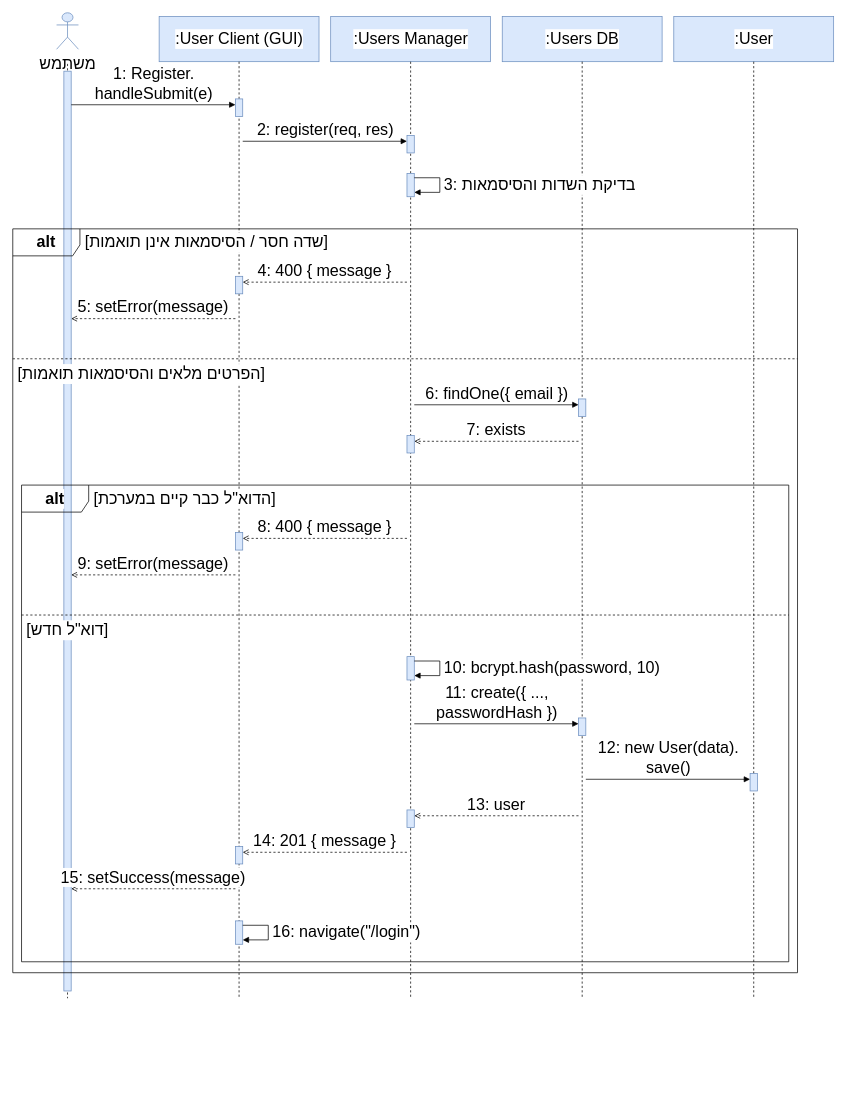
Before: diagrams/OBJ-UserRegister.drawio in arielkaplan20/project_Golden_Hair_Salon, a draw.io diagram. Source tidied: cells renumbered, new cells numbered last; positions are measured from the earlier drawing's top-left corner, leaving out a move shared by most shapes. Both pictures are drawn from the tidied source at 73%, with x=0, y=0 at pixel (12, 12).
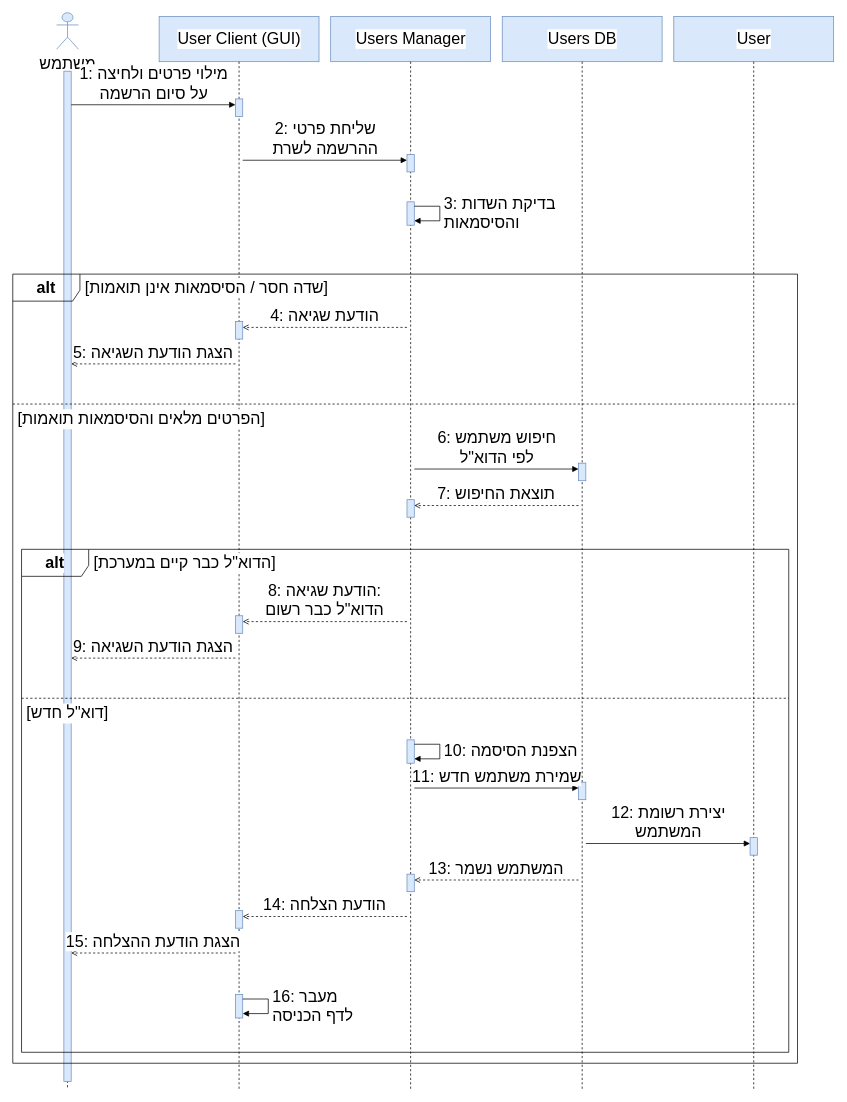
The same page after the edit.

Change to the diagram source:
```diff
@@
-    <mxCell id="3" value=":User Client (GUI)" style="rounded=0;whiteSpace=wrap;html=1;fillColor=#dae8fc;strokeColor=#6c8ebf;fontSize=22;labelBackgroundColor=#ffffff;" parent="1" vertex="1">
+    <mxCell id="3" value="User Client (GUI)" style="rounded=0;whiteSpace=wrap;html=1;fillColor=#dae8fc;strokeColor=#6c8ebf;fontSize=22;labelBackgroundColor=#ffffff;" parent="1" vertex="1">
       <mxGeometry x="200.5" y="5" width="219" height="62" as="geometry" />
     </mxCell>
-    <mxCell id="4" value=":Users Manager" style="rounded=0;whiteSpace=wrap;html=1;fillColor=#dae8fc;strokeColor=#6c8ebf;fontSize=22;labelBackgroundColor=#ffffff;" parent="1" vertex="1">
+    <mxCell id="4" value="Users Manager" style="rounded=0;whiteSpace=wrap;html=1;fillColor=#dae8fc;strokeColor=#6c8ebf;fontSize=22;labelBackgroundColor=#ffffff;" parent="1" vertex="1">
       <mxGeometry x="435.5" y="5" width="219" height="62" as="geometry" />
     </mxCell>
-    <mxCell id="5" value=":Users DB" style="rounded=0;whiteSpace=wrap;html=1;fillColor=#dae8fc;strokeColor=#6c8ebf;fontSize=22;labelBackgroundColor=#ffffff;" parent="1" vertex="1">
+    <mxCell id="5" value="Users DB" style="rounded=0;whiteSpace=wrap;html=1;fillColor=#dae8fc;strokeColor=#6c8ebf;fontSize=22;labelBackgroundColor=#ffffff;" parent="1" vertex="1">
       <mxGeometry x="670.5" y="5" width="219" height="62" as="geometry" />
     </mxCell>
-    <mxCell id="6" value=":User" style="rounded=0;whiteSpace=wrap;html=1;fillColor=#dae8fc;strokeColor=#6c8ebf;fontSize=22;labelBackgroundColor=#ffffff;" parent="1" vertex="1">
+    <mxCell id="6" value="User" style="rounded=0;whiteSpace=wrap;html=1;fillColor=#dae8fc;strokeColor=#6c8ebf;fontSize=22;labelBackgroundColor=#ffffff;" parent="1" vertex="1">
       <mxGeometry x="905.5" y="5" width="219" height="62" as="geometry" />
     </mxCell>
     <mxCell id="7" style="endArrow=none;html=1;dashed=1;strokeColor=#000000;" parent="1" edge="1">
       <mxGeometry relative="1" as="geometry">
-        <mxPoint x="75" y="70" as="sourcePoint" />
-        <mxPoint x="75" y="1350" as="targetPoint" />
+        <mxPoint x="75" y="83" as="sourcePoint" />
+        <mxPoint x="75" y="1474" as="targetPoint" />
       </mxGeometry>
     </mxCell>
     <mxCell id="8" style="rounded=0;html=1;fillColor=#dae8fc;strokeColor=#6c8ebf;" parent="1" vertex="1">
-      <mxGeometry x="70" y="80" width="10" height="1260" as="geometry" />
+      <mxGeometry x="70" y="80" width="10" height="1384" as="geometry" />
     </mxCell>
     <mxCell id="9" style="endArrow=none;html=1;dashed=1;strokeColor=#000000;" parent="1" edge="1">
       <mxGeometry relative="1" as="geometry">
         <mxPoint x="310" y="67" as="sourcePoint" />
-        <mxPoint x="310" y="1350" as="targetPoint" />
+        <mxPoint x="310" y="1474" as="targetPoint" />
       </mxGeometry>
     </mxCell>
     <mxCell id="10" style="endArrow=none;html=1;dashed=1;strokeColor=#000000;" parent="1" edge="1">
       <mxGeometry relative="1" as="geometry">
         <mxPoint x="545" y="67" as="sourcePoint" />
-        <mxPoint x="545" y="1350" as="targetPoint" />
+        <mxPoint x="545" y="1474" as="targetPoint" />
       </mxGeometry>
     </mxCell>
     <mxCell id="11" style="endArrow=none;html=1;dashed=1;strokeColor=#000000;" parent="1" edge="1">
       <mxGeometry relative="1" as="geometry">
         <mxPoint x="780" y="67" as="sourcePoint" />
-        <mxPoint x="780" y="1350" as="targetPoint" />
+        <mxPoint x="780" y="1474" as="targetPoint" />
       </mxGeometry>
     </mxCell>
     <mxCell id="12" style="endArrow=none;html=1;dashed=1;strokeColor=#000000;" parent="1" edge="1">
       <mxGeometry relative="1" as="geometry">
         <mxPoint x="1015" y="67" as="sourcePoint" />
-        <mxPoint x="1015" y="1350" as="targetPoint" />
+        <mxPoint x="1015" y="1474" as="targetPoint" />
       </mxGeometry>
     </mxCell>
@@
     <mxCell id="14" style="rounded=0;html=1;fillColor=#dae8fc;strokeColor=#6c8ebf;" parent="1" vertex="1">
-      <mxGeometry x="540" y="168" width="10" height="24" as="geometry" />
+      <mxGeometry x="540" y="194" width="10" height="24" as="geometry" />
     </mxCell>
     <mxCell id="15" style="rounded=0;html=1;fillColor=#dae8fc;strokeColor=#6c8ebf;" parent="1" vertex="1">
-      <mxGeometry x="540" y="220" width="10" height="32" as="geometry" />
+      <mxGeometry x="540" y="259" width="10" height="32" as="geometry" />
     </mxCell>
     <mxCell id="16" style="rounded=0;html=1;fillColor=#dae8fc;strokeColor=#6c8ebf;" parent="1" vertex="1">
-      <mxGeometry x="305" y="361" width="10" height="24" as="geometry" />
+      <mxGeometry x="305" y="423" width="10" height="24" as="geometry" />
     </mxCell>
     <mxCell id="17" style="rounded=0;html=1;fillColor=#dae8fc;strokeColor=#6c8ebf;" parent="1" vertex="1">
-      <mxGeometry x="775" y="529" width="10" height="24" as="geometry" />
+      <mxGeometry x="775" y="617" width="10" height="24" as="geometry" />
     </mxCell>
     <mxCell id="18" style="rounded=0;html=1;fillColor=#dae8fc;strokeColor=#6c8ebf;" parent="1" vertex="1">
-      <mxGeometry x="540" y="579" width="10" height="24" as="geometry" />
+      <mxGeometry x="540" y="667" width="10" height="24" as="geometry" />
     </mxCell>
     <mxCell id="19" style="rounded=0;html=1;fillColor=#dae8fc;strokeColor=#6c8ebf;" parent="1" vertex="1">
-      <mxGeometry x="305" y="712" width="10" height="24" as="geometry" />
+      <mxGeometry x="305" y="826" width="10" height="24" as="geometry" />
     </mxCell>
     <mxCell id="20" style="rounded=0;html=1;fillColor=#dae8fc;strokeColor=#6c8ebf;" parent="1" vertex="1">
-      <mxGeometry x="540" y="882" width="10" height="32" as="geometry" />
+      <mxGeometry x="540" y="996" width="10" height="32" as="geometry" />
     </mxCell>
     <mxCell id="21" style="rounded=0;html=1;fillColor=#dae8fc;strokeColor=#6c8ebf;" parent="1" vertex="1">
-      <mxGeometry x="775" y="966" width="10" height="24" as="geometry" />
+      <mxGeometry x="775" y="1054" width="10" height="24" as="geometry" />
     </mxCell>
     <mxCell id="22" style="rounded=0;html=1;fillColor=#dae8fc;strokeColor=#6c8ebf;" parent="1" vertex="1">
-      <mxGeometry x="1010" y="1042" width="10" height="24" as="geometry" />
+      <mxGeometry x="1010" y="1130" width="10" height="24" as="geometry" />
     </mxCell>
     <mxCell id="23" style="rounded=0;html=1;fillColor=#dae8fc;strokeColor=#6c8ebf;" parent="1" vertex="1">
-      <mxGeometry x="540" y="1092" width="10" height="24" as="geometry" />
+      <mxGeometry x="540" y="1180" width="10" height="24" as="geometry" />
     </mxCell>
     <mxCell id="24" style="rounded=0;html=1;fillColor=#dae8fc;strokeColor=#6c8ebf;" parent="1" vertex="1">
-      <mxGeometry x="305" y="1142" width="10" height="24" as="geometry" />
+      <mxGeometry x="305" y="1230" width="10" height="24" as="geometry" />
     </mxCell>
     <mxCell id="25" style="rounded=0;html=1;fillColor=#dae8fc;strokeColor=#6c8ebf;" parent="1" vertex="1">
-      <mxGeometry x="305" y="1244" width="10" height="32" as="geometry" />
+      <mxGeometry x="305" y="1345" width="10" height="32" as="geometry" />
     </mxCell>
     <mxCell id="26" value="&lt;b&gt;alt&lt;/b&gt;" style="shape=umlFrame;whiteSpace=wrap;html=1;width=92;height=37;fillColor=none;fontSize=22;labelBackgroundColor=#ffffff;" parent="1" vertex="1">
-      <mxGeometry y="296" width="1075" height="1019" as="geometry" />
+      <mxGeometry y="358" width="1075" height="1081" as="geometry" />
     </mxCell>
     <mxCell id="27" value="&lt;span style='background:#ffffff'&gt;[שדה חסר / הסיסמאות אינן תואמות]&lt;/span&gt;" style="text;html=1;align=left;verticalAlign=middle;whiteSpace=nowrap;fillColor=none;strokeColor=none;fontSize=22;labelBackgroundColor=#ffffff;" parent="1" vertex="1">
-      <mxGeometry x="97" y="296" width="400" height="37" as="geometry" />
+      <mxGeometry x="97" y="358" width="400" height="37" as="geometry" />
     </mxCell>
     <mxCell id="28" style="endArrow=none;html=1;dashed=1;" parent="1" edge="1">
       <mxGeometry relative="1" as="geometry">
-        <mxPoint y="474" as="sourcePoint" />
-        <mxPoint x="1075" y="474" as="targetPoint" />
+        <mxPoint y="536" as="sourcePoint" />
+        <mxPoint x="1075" y="536" as="targetPoint" />
       </mxGeometry>
     </mxCell>
     <mxCell id="29" value="&lt;span style='background:#ffffff'&gt;[הפרטים מלאים והסיסמאות תואמות]&lt;/span&gt;" style="text;html=1;align=left;verticalAlign=middle;whiteSpace=nowrap;fillColor=none;strokeColor=none;fontSize=22;labelBackgroundColor=#ffffff;" parent="1" vertex="1">
-      <mxGeometry x="5" y="476" width="400" height="37" as="geometry" />
+      <mxGeometry x="5" y="538" width="400" height="37" as="geometry" />
     </mxCell>
     <mxCell id="30" value="&lt;b&gt;alt&lt;/b&gt;" style="shape=umlFrame;whiteSpace=wrap;html=1;width=92;height=37;fillColor=none;fontSize=22;labelBackgroundColor=#ffffff;" parent="1" vertex="1">
-      <mxGeometry x="12" y="647" width="1051" height="653" as="geometry" />
+      <mxGeometry x="12" y="735" width="1051" height="689" as="geometry" />
     </mxCell>
     <mxCell id="31" value="&lt;span style='background:#ffffff'&gt;[הדוא&quot;ל כבר קיים במערכת]&lt;/span&gt;" style="text;html=1;align=left;verticalAlign=middle;whiteSpace=nowrap;fillColor=none;strokeColor=none;fontSize=22;labelBackgroundColor=#ffffff;" parent="1" vertex="1">
-      <mxGeometry x="109" y="647" width="400" height="37" as="geometry" />
+      <mxGeometry x="109" y="735" width="400" height="37" as="geometry" />
     </mxCell>
     <mxCell id="32" style="endArrow=none;html=1;dashed=1;" parent="1" edge="1">
       <mxGeometry relative="1" as="geometry">
-        <mxPoint x="12" y="825" as="sourcePoint" />
-        <mxPoint x="1063" y="825" as="targetPoint" />
+        <mxPoint x="12" y="939" as="sourcePoint" />
+        <mxPoint x="1063" y="939" as="targetPoint" />
       </mxGeometry>
     </mxCell>
     <mxCell id="33" value="&lt;span style='background:#ffffff'&gt;[דוא&quot;ל חדש]&lt;/span&gt;" style="text;html=1;align=left;verticalAlign=middle;whiteSpace=nowrap;fillColor=none;strokeColor=none;fontSize=22;labelBackgroundColor=#ffffff;" parent="1" vertex="1">
-      <mxGeometry x="17" y="827" width="400" height="37" as="geometry" />
+      <mxGeometry x="17" y="941" width="400" height="37" as="geometry" />
     </mxCell>
-    <mxCell id="34" value="1: Register.&lt;br&gt;handleSubmit(e)" style="endArrow=block;endFill=1;html=1;rounded=0;verticalAlign=bottom;labelBackgroundColor=none;fontSize=22;labelBackgroundColor=#ffffff;" parent="1" edge="1">
+    <mxCell id="34" value="1: מילוי פרטים ולחיצה&lt;br&gt;על סיום הרשמה" style="endArrow=block;endFill=1;html=1;rounded=0;verticalAlign=bottom;labelBackgroundColor=none;fontSize=22;labelBackgroundColor=#ffffff;" parent="1" edge="1">
       <mxGeometry relative="1" as="geometry">
         <mxPoint x="80" y="126" as="sourcePoint" />
         <mxPoint x="305" y="126" as="targetPoint" />
       </mxGeometry>
     </mxCell>
-    <mxCell id="35" value="2: register(req, res)" style="endArrow=block;endFill=1;html=1;rounded=0;verticalAlign=bottom;labelBackgroundColor=none;fontSize=22;labelBackgroundColor=#ffffff;" parent="1" edge="1">
+    <mxCell id="35" value="2: שליחת פרטי&lt;br&gt;ההרשמה לשרת" style="endArrow=block;endFill=1;html=1;rounded=0;verticalAlign=bottom;labelBackgroundColor=none;fontSize=22;labelBackgroundColor=#ffffff;" parent="1" edge="1">
       <mxGeometry relative="1" as="geometry">
-        <mxPoint x="315" y="176" as="sourcePoint" />
-        <mxPoint x="540" y="176" as="targetPoint" />
+        <mxPoint x="315" y="202" as="sourcePoint" />
+        <mxPoint x="540" y="202" as="targetPoint" />
       </mxGeometry>
     </mxCell>
-    <mxCell id="36" value="3: בדיקת השדות והסיסמאות" style="endArrow=block;endFill=1;html=1;rounded=0;align=left;spacingLeft=4;labelBackgroundColor=none;fontSize=22;labelBackgroundColor=#ffffff;" parent="1" edge="1">
+    <mxCell id="36" value="3: בדיקת השדות&lt;br&gt;והסיסמאות" style="endArrow=block;endFill=1;html=1;rounded=0;align=left;spacingLeft=4;labelBackgroundColor=none;fontSize=22;labelBackgroundColor=#ffffff;" parent="1" edge="1">
       <mxGeometry relative="1" as="geometry">
-        <mxPoint x="550" y="226" as="sourcePoint" />
-        <mxPoint x="550" y="246" as="targetPoint" />
+        <mxPoint x="550" y="265" as="sourcePoint" />
+        <mxPoint x="550" y="285" as="targetPoint" />
         <Array as="points">
-          <mxPoint x="585" y="226" />
-          <mxPoint x="585" y="246" />
+          <mxPoint x="585" y="265" />
+          <mxPoint x="585" y="285" />
         </Array>
       </mxGeometry>
     </mxCell>
-    <mxCell id="37" value="4: 400 { message }" style="endArrow=open;endFill=0;html=1;rounded=0;dashed=1;verticalAlign=bottom;labelBackgroundColor=none;fontSize=22;labelBackgroundColor=#ffffff;" parent="1" edge="1">
+    <mxCell id="37" value="4: הודעת שגיאה" style="endArrow=open;endFill=0;html=1;rounded=0;dashed=1;verticalAlign=bottom;labelBackgroundColor=none;fontSize=22;labelBackgroundColor=#ffffff;" parent="1" edge="1">
       <mxGeometry relative="1" as="geometry">
-        <mxPoint x="540" y="369" as="sourcePoint" />
-        <mxPoint x="315" y="369" as="targetPoint" />
+        <mxPoint x="540" y="431" as="sourcePoint" />
+        <mxPoint x="315" y="431" as="targetPoint" />
       </mxGeometry>
     </mxCell>
-    <mxCell id="38" value="5: setError(message)" style="endArrow=open;endFill=0;html=1;rounded=0;dashed=1;verticalAlign=bottom;labelBackgroundColor=none;fontSize=22;labelBackgroundColor=#ffffff;" parent="1" edge="1">
+    <mxCell id="38" value="5: הצגת הודעת השגיאה" style="endArrow=open;endFill=0;html=1;rounded=0;dashed=1;verticalAlign=bottom;labelBackgroundColor=none;fontSize=22;labelBackgroundColor=#ffffff;" parent="1" edge="1">
       <mxGeometry relative="1" as="geometry">
-        <mxPoint x="305" y="419" as="sourcePoint" />
-        <mxPoint x="80" y="419" as="targetPoint" />
+        <mxPoint x="305" y="481" as="sourcePoint" />
+        <mxPoint x="80" y="481" as="targetPoint" />
       </mxGeometry>
     </mxCell>
-    <mxCell id="39" value="6: findOne({ email })" style="endArrow=block;endFill=1;html=1;rounded=0;verticalAlign=bottom;labelBackgroundColor=none;fontSize=22;labelBackgroundColor=#ffffff;" parent="1" edge="1">
+    <mxCell id="39" value="6: חיפוש משתמש&lt;br&gt;לפי הדוא&quot;ל" style="endArrow=block;endFill=1;html=1;rounded=0;verticalAlign=bottom;labelBackgroundColor=none;fontSize=22;labelBackgroundColor=#ffffff;" parent="1" edge="1">
       <mxGeometry relative="1" as="geometry">
-        <mxPoint x="550" y="537" as="sourcePoint" />
-        <mxPoint x="775" y="537" as="targetPoint" />
+        <mxPoint x="550" y="625" as="sourcePoint" />
+        <mxPoint x="775" y="625" as="targetPoint" />
       </mxGeometry>
     </mxCell>
-    <mxCell id="40" value="7: exists" style="endArrow=open;endFill=0;html=1;rounded=0;dashed=1;verticalAlign=bottom;labelBackgroundColor=none;fontSize=22;labelBackgroundColor=#ffffff;" parent="1" edge="1">
+    <mxCell id="40" value="7: תוצאת החיפוש" style="endArrow=open;endFill=0;html=1;rounded=0;dashed=1;verticalAlign=bottom;labelBackgroundColor=none;fontSize=22;labelBackgroundColor=#ffffff;" parent="1" edge="1">
       <mxGeometry relative="1" as="geometry">
-        <mxPoint x="775" y="587" as="sourcePoint" />
-        <mxPoint x="550" y="587" as="targetPoint" />
+        <mxPoint x="775" y="675" as="sourcePoint" />
+        <mxPoint x="550" y="675" as="targetPoint" />
       </mxGeometry>
     </mxCell>
-    <mxCell id="41" value="8: 400 { message }" style="endArrow=open;endFill=0;html=1;rounded=0;dashed=1;verticalAlign=bottom;labelBackgroundColor=none;fontSize=22;labelBackgroundColor=#ffffff;" parent="1" edge="1">
+    <mxCell id="41" value="8: הודעת שגיאה:&lt;br&gt;הדוא&quot;ל כבר רשום" style="endArrow=open;endFill=0;html=1;rounded=0;dashed=1;verticalAlign=bottom;labelBackgroundColor=none;fontSize=22;labelBackgroundColor=#ffffff;" parent="1" edge="1">
       <mxGeometry relative="1" as="geometry">
-        <mxPoint x="540" y="720" as="sourcePoint" />
-        <mxPoint x="315" y="720" as="targetPoint" />
+        <mxPoint x="540" y="834" as="sourcePoint" />
+        <mxPoint x="315" y="834" as="targetPoint" />
       </mxGeometry>
     </mxCell>
-    <mxCell id="42" value="9: setError(message)" style="endArrow=open;endFill=0;html=1;rounded=0;dashed=1;verticalAlign=bottom;labelBackgroundColor=none;fontSize=22;labelBackgroundColor=#ffffff;" parent="1" edge="1">
+    <mxCell id="42" value="9: הצגת הודעת השגיאה" style="endArrow=open;endFill=0;html=1;rounded=0;dashed=1;verticalAlign=bottom;labelBackgroundColor=none;fontSize=22;labelBackgroundColor=#ffffff;" parent="1" edge="1">
       <mxGeometry relative="1" as="geometry">
-        <mxPoint x="305" y="770" as="sourcePoint" />
-        <mxPoint x="80" y="770" as="targetPoint" />
+        <mxPoint x="305" y="884" as="sourcePoint" />
+        <mxPoint x="80" y="884" as="targetPoint" />
       </mxGeometry>
     </mxCell>
-    <mxCell id="43" value="10: bcrypt.hash(password, 10)" style="endArrow=block;endFill=1;html=1;rounded=0;align=left;spacingLeft=4;labelBackgroundColor=none;fontSize=22;labelBackgroundColor=#ffffff;" parent="1" edge="1">
+    <mxCell id="43" value="10: הצפנת הסיסמה" style="endArrow=block;endFill=1;html=1;rounded=0;align=left;spacingLeft=4;labelBackgroundColor=none;fontSize=22;labelBackgroundColor=#ffffff;" parent="1" edge="1">
       <mxGeometry relative="1" as="geometry">
-        <mxPoint x="550" y="888" as="sourcePoint" />
-        <mxPoint x="550" y="908" as="targetPoint" />
+        <mxPoint x="550" y="1002" as="sourcePoint" />
+        <mxPoint x="550" y="1022" as="targetPoint" />
         <Array as="points">
-          <mxPoint x="585" y="888" />
-          <mxPoint x="585" y="908" />
+          <mxPoint x="585" y="1002" />
+          <mxPoint x="585" y="1022" />
         </Array>
       </mxGeometry>
     </mxCell>
-    <mxCell id="44" value="11: create({ ...,&lt;br&gt;passwordHash })" style="endArrow=block;endFill=1;html=1;rounded=0;verticalAlign=bottom;labelBackgroundColor=none;fontSize=22;labelBackgroundColor=#ffffff;" parent="1" edge="1">
+    <mxCell id="44" value="11: שמירת משתמש חדש" style="endArrow=block;endFill=1;html=1;rounded=0;verticalAlign=bottom;labelBackgroundColor=none;fontSize=22;labelBackgroundColor=#ffffff;" parent="1" edge="1">
       <mxGeometry relative="1" as="geometry">
-        <mxPoint x="550" y="974" as="sourcePoint" />
-        <mxPoint x="775" y="974" as="targetPoint" />
+        <mxPoint x="550" y="1062" as="sourcePoint" />
+        <mxPoint x="775" y="1062" as="targetPoint" />
       </mxGeometry>
     </mxCell>
-    <mxCell id="45" value="12: new User(data).&lt;br&gt;save()" style="endArrow=block;endFill=1;html=1;rounded=0;verticalAlign=bottom;labelBackgroundColor=none;fontSize=22;labelBackgroundColor=#ffffff;" parent="1" edge="1">
+    <mxCell id="45" value="12: יצירת רשומת&lt;br&gt;המשתמש" style="endArrow=block;endFill=1;html=1;rounded=0;verticalAlign=bottom;labelBackgroundColor=none;fontSize=22;labelBackgroundColor=#ffffff;" parent="1" edge="1">
       <mxGeometry relative="1" as="geometry">
-        <mxPoint x="785" y="1050" as="sourcePoint" />
-        <mxPoint x="1010" y="1050" as="targetPoint" />
+        <mxPoint x="785" y="1138" as="sourcePoint" />
+        <mxPoint x="1010" y="1138" as="targetPoint" />
       </mxGeometry>
     </mxCell>
-    <mxCell id="46" value="13: user" style="endArrow=open;endFill=0;html=1;rounded=0;dashed=1;verticalAlign=bottom;labelBackgroundColor=none;fontSize=22;labelBackgroundColor=#ffffff;" parent="1" edge="1">
+    <mxCell id="46" value="13: המשתמש נשמר" style="endArrow=open;endFill=0;html=1;rounded=0;dashed=1;verticalAlign=bottom;labelBackgroundColor=none;fontSize=22;labelBackgroundColor=#ffffff;" parent="1" edge="1">
       <mxGeometry relative="1" as="geometry">
-        <mxPoint x="775" y="1100" as="sourcePoint" />
-        <mxPoint x="550" y="1100" as="targetPoint" />
+        <mxPoint x="775" y="1188" as="sourcePoint" />
+        <mxPoint x="550" y="1188" as="targetPoint" />
       </mxGeometry>
     </mxCell>
-    <mxCell id="47" value="14: 201 { message }" style="endArrow=open;endFill=0;html=1;rounded=0;dashed=1;verticalAlign=bottom;labelBackgroundColor=none;fontSize=22;labelBackgroundColor=#ffffff;" parent="1" edge="1">
+    <mxCell id="47" value="14: הודעת הצלחה" style="endArrow=open;endFill=0;html=1;rounded=0;dashed=1;verticalAlign=bottom;labelBackgroundColor=none;fontSize=22;labelBackgroundColor=#ffffff;" parent="1" edge="1">
       <mxGeometry relative="1" as="geometry">
-        <mxPoint x="540" y="1150" as="sourcePoint" />
-        <mxPoint x="315" y="1150" as="targetPoint" />
+        <mxPoint x="540" y="1238" as="sourcePoint" />
+        <mxPoint x="315" y="1238" as="targetPoint" />
       </mxGeometry>
     </mxCell>
-    <mxCell id="48" value="15: setSuccess(message)" style="endArrow=open;endFill=0;html=1;rounded=0;dashed=1;verticalAlign=bottom;labelBackgroundColor=none;fontSize=22;labelBackgroundColor=#ffffff;" parent="1" edge="1">
+    <mxCell id="48" value="15: הצגת הודעת ההצלחה" style="endArrow=open;endFill=0;html=1;rounded=0;dashed=1;verticalAlign=bottom;labelBackgroundColor=none;fontSize=22;labelBackgroundColor=#ffffff;" parent="1" edge="1">
       <mxGeometry relative="1" as="geometry">
-        <mxPoint x="305" y="1200" as="sourcePoint" />
-        <mxPoint x="80" y="1200" as="targetPoint" />
+        <mxPoint x="305" y="1288" as="sourcePoint" />
+        <mxPoint x="80" y="1288" as="targetPoint" />
       </mxGeometry>
     </mxCell>
-    <mxCell id="49" value="16: navigate(&quot;/login&quot;)" style="endArrow=block;endFill=1;html=1;rounded=0;align=left;spacingLeft=4;labelBackgroundColor=none;fontSize=22;labelBackgroundColor=#ffffff;" parent="1" edge="1">
+    <mxCell id="49" value="16: מעבר&lt;br&gt;לדף הכניסה" style="endArrow=block;endFill=1;html=1;rounded=0;align=left;spacingLeft=4;labelBackgroundColor=none;fontSize=22;labelBackgroundColor=#ffffff;" parent="1" edge="1">
       <mxGeometry relative="1" as="geometry">
-        <mxPoint x="315" y="1250" as="sourcePoint" />
-        <mxPoint x="315" y="1270" as="targetPoint" />
+        <mxPoint x="315" y="1351" as="sourcePoint" />
+        <mxPoint x="315" y="1371" as="targetPoint" />
         <Array as="points">
-          <mxPoint x="350" y="1250" />
-          <mxPoint x="350" y="1270" />
+          <mxPoint x="350" y="1351" />
+          <mxPoint x="350" y="1371" />
         </Array>
       </mxGeometry>
     </mxCell>
```
